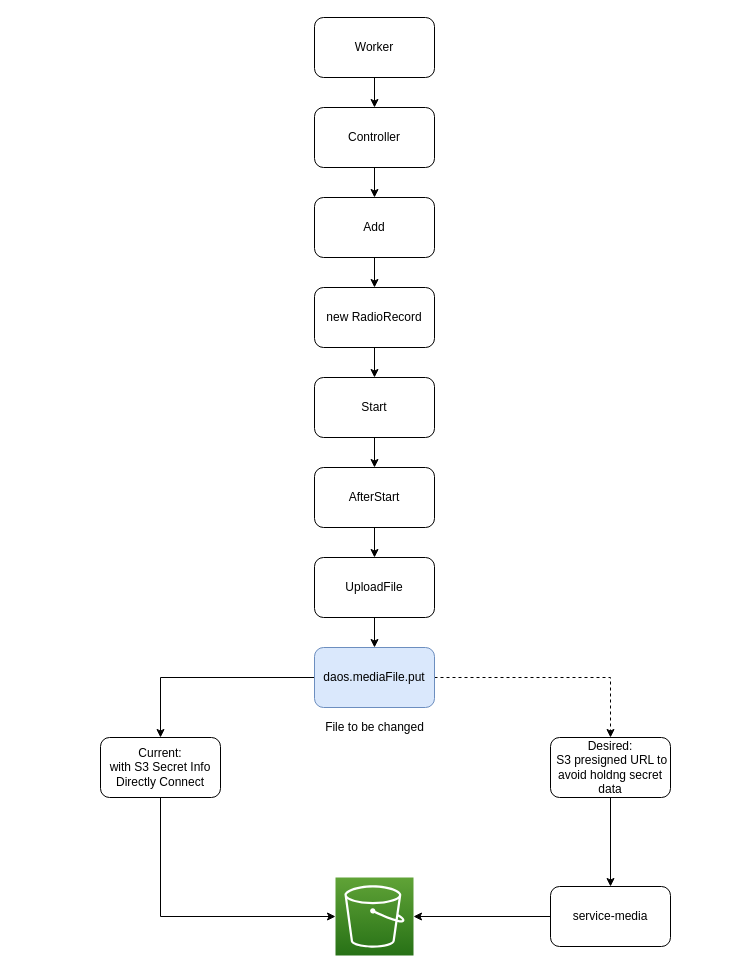
The draw.io diagram test_design/presigneds3.drawio in brightlightkim/Coding_Design, before the edit. Source tidied: cells renumbered, new cells numbered last; positions are measured from the earlier drawing's top-left corner, leaving out a move shared by most shapes. Both pictures are drawn from the tidied source at 100%, with x=0, y=0 at pixel (100, 17). Pictures stored in the file or linked from it are replaced by grey dashed boxes.
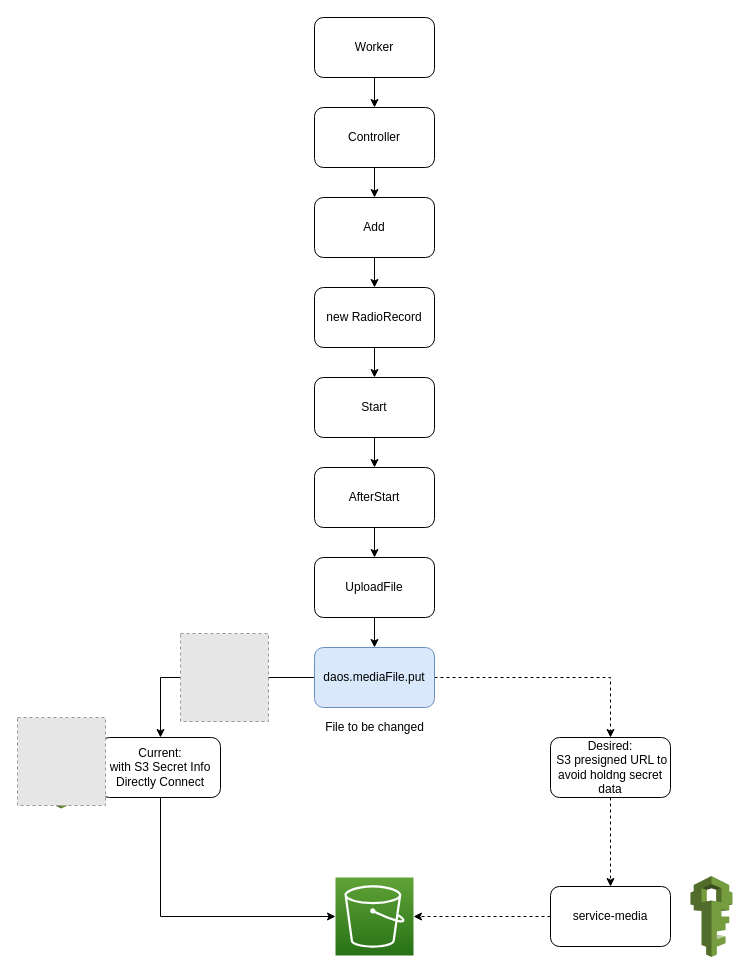
Above is the later version.

The change refers to these unchanged cells:
```xml
<mxCell id="22" value="Desired:&lt;br&gt;&amp;nbsp;S3 presigned URL to avoid holdng secret data" style="rounded=1;whiteSpace=wrap;html=1;" parent="1" vertex="1">
  <mxGeometry x="450" y="720" width="120" height="60" as="geometry" />
</mxCell>
<mxCell id="23" style="sketch=0;points=[[0,0,0],[0.25,0,0],[0.5,0,0],[0.75,0,0],[1,0,0],[0,1,0],[0.25,1,0],[0.5,1,0],[0.75,1,0],[1,1,0],[0,0.25,0],[0,0.5,0],[0,0.75,0],[1,0.25,0],[1,0.5,0],[1,0.75,0]];outlineConnect=0;fontColor=#232F3E;gradientColor=#60A337;gradientDirection=north;fillColor=#277116;strokeColor=#ffffff;dashed=0;verticalLabelPosition=bottom;verticalAlign=top;align=center;html=1;fontSize=12;fontStyle=0;shape=mxgraph.aws4.resourceIcon;resIcon=mxgraph.aws4.s3;" parent="1" vertex="1">
  <mxGeometry x="235" y="860" width="78" height="78" as="geometry" />
</mxCell>
<mxCell id="25" value="service-media" style="rounded=1;whiteSpace=wrap;html=1;" parent="1" vertex="1">
  <mxGeometry x="450" y="869" width="120" height="60" as="geometry" />
</mxCell>
```

Change to the diagram source:
```diff
@@
-    <mxCell id="21" style="edgeStyle=orthogonalEdgeStyle;rounded=0;jettySize=auto;html=1;entryX=0.5;entryY=0;entryDx=0;entryDy=0;" parent="1" edge="1" source="22" target="25">
+    <mxCell id="21" style="edgeStyle=orthogonalEdgeStyle;rounded=0;jettySize=auto;html=1;entryX=0.5;entryY=0;entryDx=0;entryDy=0;dashed=1;" parent="1" edge="1" source="22" target="25">
       <mxGeometry relative="1" as="geometry" />
     </mxCell>
@@
-    <mxCell id="24" style="edgeStyle=orthogonalEdgeStyle;rounded=0;jettySize=auto;html=1;entryX=1;entryY=0.5;entryDx=0;entryDy=0;entryPerimeter=0;" parent="1" edge="1" source="25" target="23">
+    <mxCell id="24" style="edgeStyle=orthogonalEdgeStyle;rounded=0;jettySize=auto;html=1;entryX=1;entryY=0.5;entryDx=0;entryDy=0;entryPerimeter=0;dashed=1;" parent="1" edge="1" source="25" target="23">
       <mxGeometry relative="1" as="geometry" />
     </mxCell>
@@
+    <mxCell id="27" style="dashed=0;verticalLabelPosition=bottom;verticalAlign=top;align=center;html=1;shape=mxgraph.aws3.iam;fillColor=#759C3E;gradientColor=none;" parent="1" vertex="1">
+      <mxGeometry x="-60" y="710" width="42" height="81" as="geometry" />
+    </mxCell>
+    <mxCell id="28" style="dashed=0;verticalLabelPosition=bottom;verticalAlign=top;align=center;html=1;shape=mxgraph.aws3.iam;fillColor=#759C3E;gradientColor=none;" parent="1" vertex="1">
+      <mxGeometry x="590" y="858.5" width="42" height="81" as="geometry" />
+    </mxCell>
+    <mxCell id="29" style="fillColor=#E6E6E6;strokeColor=#999999;dashed=1;html=1;verticalAlign=top;verticalLabelPosition=bottom;labelBackgroundColor=#ffffff;" parent="1" vertex="1">
+      <mxGeometry x="-83" y="700" width="88" height="88" as="geometry" />
+    </mxCell>
+    <mxCell id="30" style="fillColor=#E6E6E6;strokeColor=#999999;dashed=1;html=1;verticalAlign=top;verticalLabelPosition=bottom;labelBackgroundColor=#ffffff;" parent="1" vertex="1">
+      <mxGeometry x="80" y="616" width="88" height="88" as="geometry" />
+    </mxCell>
```
